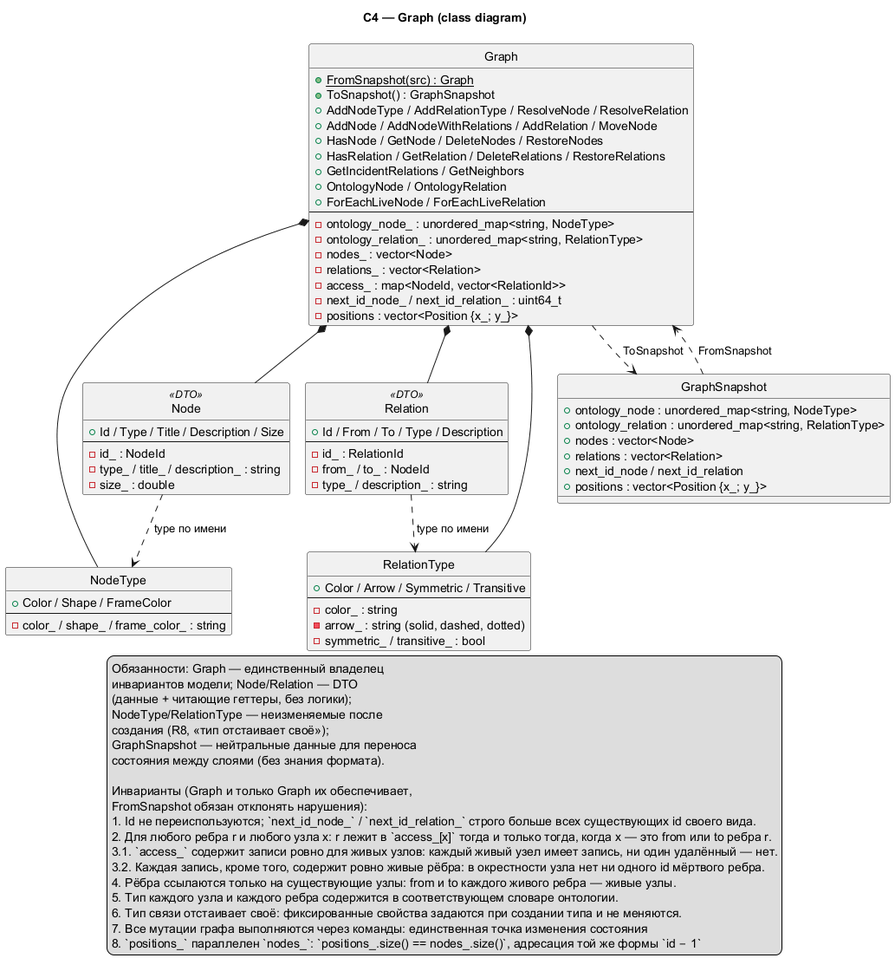
Earlier version of the PlantUML export docs/assets/c4/C4.png (Anastas2817/ravel-kb).
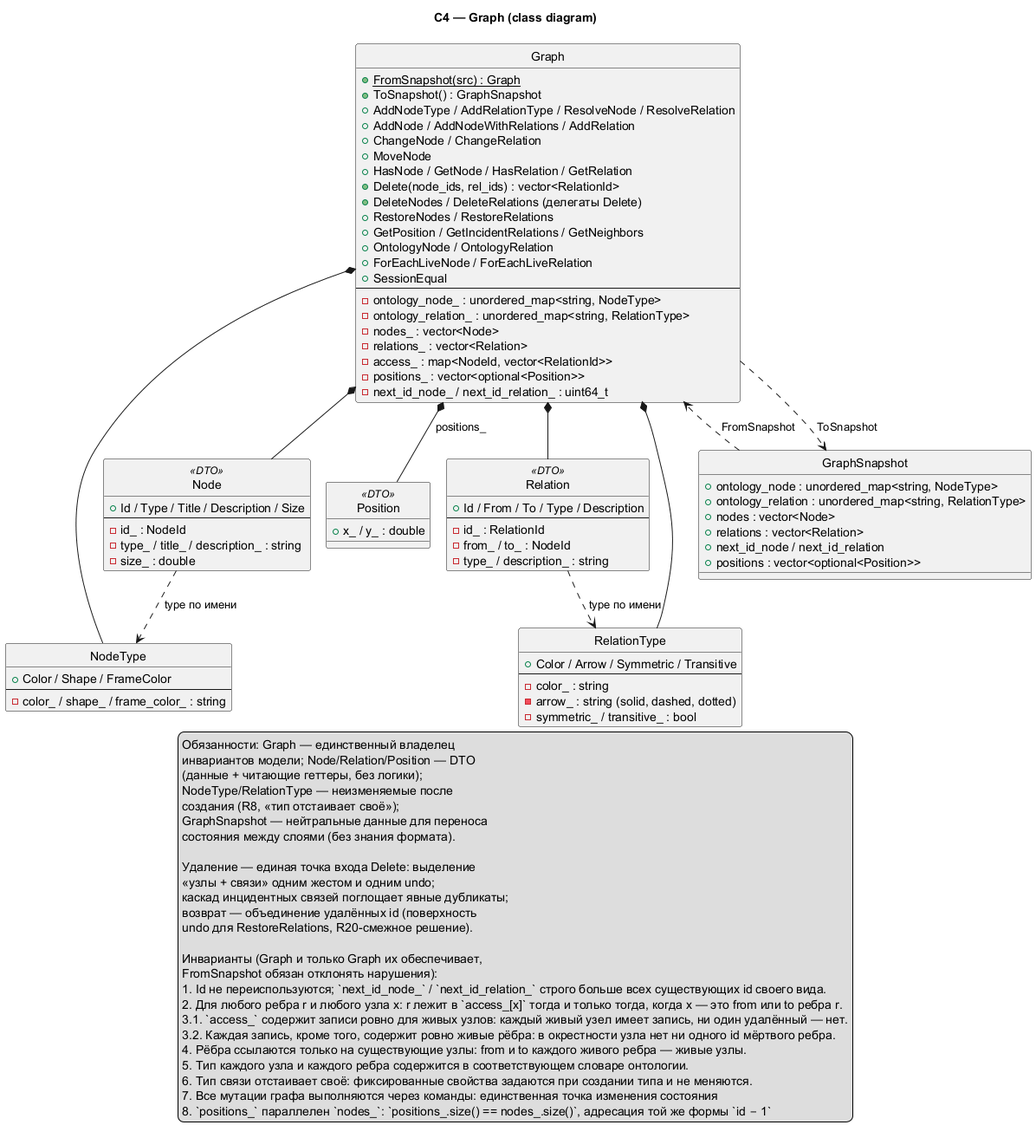
The same diagram one commit later.

What changed in the source:
```diff
@@ -11,20 +11,25 @@
   {static} +FromSnapshot(src) : Graph
   +ToSnapshot() : GraphSnapshot
   +AddNodeType / AddRelationType / ResolveNode / ResolveRelation
-  +AddNode / AddNodeWithRelations / AddRelation / MoveNode
-  +HasNode / GetNode / DeleteNodes / RestoreNodes
-  +HasRelation / GetRelation / DeleteRelations / RestoreRelations
-  +GetIncidentRelations / GetNeighbors
+  +AddNode / AddNodeWithRelations / AddRelation
+  +ChangeNode / ChangeRelation
+  +MoveNode
+  +HasNode / GetNode / HasRelation / GetRelation
+  +Delete(node_ids, rel_ids) : vector<RelationId>
+  +DeleteNodes / DeleteRelations (делегаты Delete)
+  +RestoreNodes / RestoreRelations
+  +GetPosition / GetIncidentRelations / GetNeighbors
   +OntologyNode / OntologyRelation
   +ForEachLiveNode / ForEachLiveRelation
+  +SessionEqual
   --
   -ontology_node_ : unordered_map<string, NodeType>
   -ontology_relation_ : unordered_map<string, RelationType>
   -nodes_ : vector<Node>
   -relations_ : vector<Relation>
   -access_ : map<NodeId, vector<RelationId>>
+  -positions_ : vector<optional<Position>>
   -next_id_node_ / next_id_relation_ : uint64_t
-  -positions : vector<Position {x_; y_}>
 }
 
 class Node <<DTO>> {
@@ -41,6 +46,10 @@
   -id_ : RelationId
   -from_ / to_ : NodeId
   -type_ / description_ : string
+}
+
+class Position <<DTO>> {
+  +x_ / y_ : double
 }
 
 class NodeType {
@@ -63,13 +72,14 @@
   +nodes : vector<Node>
   +relations : vector<Relation>
   +next_id_node / next_id_relation
-  +positions : vector<Position {x_; y_}>
+  +positions : vector<optional<Position>>
 }
 
 Graph *-- Node
 Graph *-- Relation
 Graph *-- NodeType
 Graph *-- RelationType
+Graph *-- Position : positions_
 Graph ..> GraphSnapshot : ToSnapshot
 GraphSnapshot ..> Graph : FromSnapshot
 Node ..> NodeType : type по имени
@@ -77,12 +87,18 @@
 
 legend bottom
   Обязанности: Graph — единственный владелец
-  инвариантов модели; Node/Relation — DTO
+  инвариантов модели; Node/Relation/Position — DTO
   (данные + читающие геттеры, без логики);
   NodeType/RelationType — неизменяемые после
   создания (R8, «тип отстаивает своё»);
   GraphSnapshot — нейтральные данные для переноса
   состояния между слоями (без знания формата).
+
+  Удаление — единая точка входа Delete: выделение
+  «узлы + связи» одним жестом и одним undo;
+  каскад инцидентных связей поглощает явные дубликаты;
+  возврат — объединение удалённых id (поверхность
+  undo для RestoreRelations, R20-смежное решение).
 
   Инварианты (Graph и только Graph их обеспечивает,
   FromSnapshot обязан отклонять нарушения):
```
